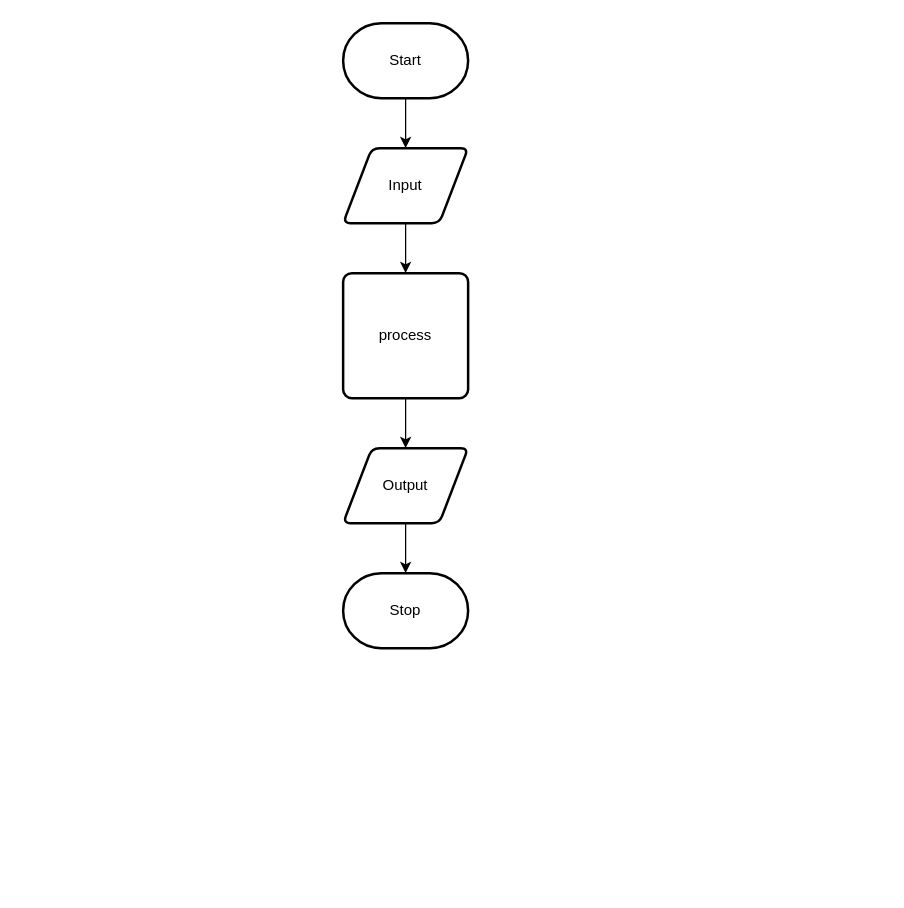
Earlier version of the draw.io diagram design/flow-chart.drawio (Justin-Lavoie16/Unit-5-06-JS). Source tidied: cells renumbered, new cells numbered last; positions are measured from the earlier drawing's top-left corner, leaving out a move shared by most shapes. Both pictures are drawn from the tidied source at 125%, with x=0, y=0 at pixel (342, 22).
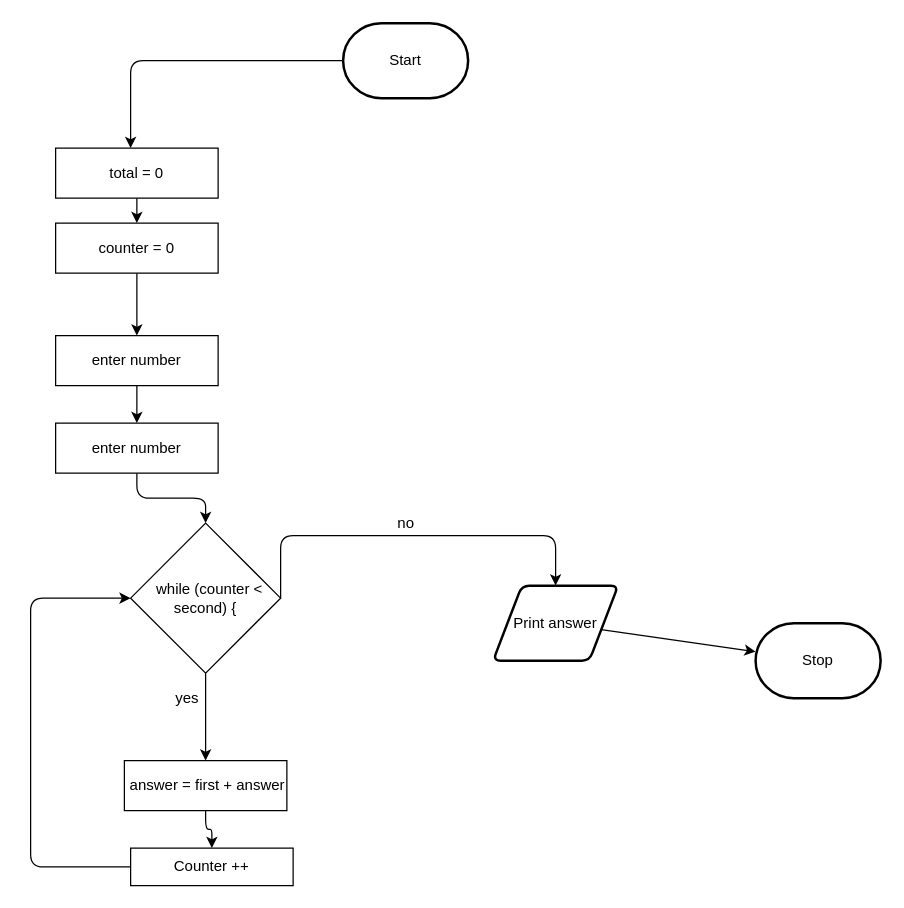
After the change.

The change refers to these unchanged cells:
```xml
<mxCell id="3" value="Start" style="strokeWidth=2;html=1;shape=mxgraph.flowchart.terminator;whiteSpace=wrap;" parent="1" vertex="1">
  <mxGeometry width="100" height="60" as="geometry" />
</mxCell>
```

The edit, as a diff of the source:
```diff
@@
-    <mxCell id="2" style="edgeStyle=none;html=1;" parent="1" edge="1" source="3" target="5">
-      <mxGeometry relative="1" as="geometry" />
-    </mxCell>
+    <mxCell id="11" style="edgeStyle=orthogonalEdgeStyle;html=1;" parent="1" edge="1" source="3">
+      <mxGeometry relative="1" as="geometry">
+        <mxPoint x="-170" y="100" as="targetPoint" />
+        <Array as="points">
+          <mxPoint x="-170" y="30" />
+        </Array>
+      </mxGeometry>
+    </mxCell>
@@
-    <mxCell id="4" style="edgeStyle=none;html=1;" parent="1" edge="1" source="5" target="7">
-      <mxGeometry relative="1" as="geometry" />
-    </mxCell>
-    <mxCell id="5" value="Input" style="shape=parallelogram;html=1;strokeWidth=2;perimeter=parallelogramPerimeter;whiteSpace=wrap;rounded=1;arcSize=12;size=0.23;" parent="1" vertex="1">
-      <mxGeometry y="100" width="100" height="60" as="geometry" />
-    </mxCell>
-    <mxCell id="6" style="edgeStyle=none;html=1;" parent="1" edge="1" source="7" target="9">
-      <mxGeometry relative="1" as="geometry" />
-    </mxCell>
-    <mxCell id="7" value="process" style="rounded=1;whiteSpace=wrap;html=1;absoluteArcSize=1;arcSize=14;strokeWidth=2;" parent="1" vertex="1">
-      <mxGeometry y="200" width="100" height="100" as="geometry" />
-    </mxCell>
@@
-    <mxCell id="9" value="Output" style="shape=parallelogram;html=1;strokeWidth=2;perimeter=parallelogramPerimeter;whiteSpace=wrap;rounded=1;arcSize=12;size=0.23;" parent="1" vertex="1">
-      <mxGeometry y="340" width="100" height="60" as="geometry" />
+    <mxCell id="9" value="Print answer" style="shape=parallelogram;html=1;strokeWidth=2;perimeter=parallelogramPerimeter;whiteSpace=wrap;rounded=1;arcSize=12;size=0.23;" parent="1" vertex="1">
+      <mxGeometry x="120" y="450" width="100" height="60" as="geometry" />
     </mxCell>
     <mxCell id="10" value="Stop" style="strokeWidth=2;html=1;shape=mxgraph.flowchart.terminator;whiteSpace=wrap;" parent="1" vertex="1">
-      <mxGeometry y="440" width="100" height="60" as="geometry" />
+      <mxGeometry x="330" y="480" width="100" height="60" as="geometry" />
     </mxCell>
+    <mxCell id="12" style="edgeStyle=orthogonalEdgeStyle;html=1;entryX=0.5;entryY=0;entryDx=0;entryDy=0;" parent="1" edge="1" source="13" target="15">
+      <mxGeometry relative="1" as="geometry" />
+    </mxCell>
+    <mxCell id="13" value="total = 0" style="whiteSpace=wrap;html=1;" parent="1" vertex="1">
+      <mxGeometry x="-230" y="100" width="130" height="40" as="geometry" />
+    </mxCell>
+    <mxCell id="14" style="edgeStyle=orthogonalEdgeStyle;html=1;" parent="1" edge="1" source="15">
+      <mxGeometry relative="1" as="geometry">
+        <mxPoint x="-165" y="250" as="targetPoint" />
+      </mxGeometry>
+    </mxCell>
+    <mxCell id="15" value="counter = 0" style="whiteSpace=wrap;html=1;" parent="1" vertex="1">
+      <mxGeometry x="-230" y="160" width="130" height="40" as="geometry" />
+    </mxCell>
+    <mxCell id="16" style="edgeStyle=orthogonalEdgeStyle;html=1;entryX=0.5;entryY=0;entryDx=0;entryDy=0;" parent="1" edge="1" source="17" target="19">
+      <mxGeometry relative="1" as="geometry" />
+    </mxCell>
+    <mxCell id="17" value="enter number" style="whiteSpace=wrap;html=1;" parent="1" vertex="1">
+      <mxGeometry x="-230" y="250" width="130" height="40" as="geometry" />
+    </mxCell>
+    <mxCell id="18" style="edgeStyle=orthogonalEdgeStyle;html=1;entryX=0.5;entryY=0;entryDx=0;entryDy=0;" parent="1" edge="1" source="19" target="22">
+      <mxGeometry relative="1" as="geometry" />
+    </mxCell>
+    <mxCell id="19" value="enter number" style="whiteSpace=wrap;html=1;" parent="1" vertex="1">
+      <mxGeometry x="-230" y="320" width="130" height="40" as="geometry" />
+    </mxCell>
+    <mxCell id="20" style="edgeStyle=orthogonalEdgeStyle;html=1;exitX=0.5;exitY=1;exitDx=0;exitDy=0;entryX=0.5;entryY=0;entryDx=0;entryDy=0;" parent="1" edge="1" source="22" target="24">
+      <mxGeometry relative="1" as="geometry" />
+    </mxCell>
+    <mxCell id="21" style="edgeStyle=orthogonalEdgeStyle;html=1;exitX=1;exitY=0.5;exitDx=0;exitDy=0;entryX=0.5;entryY=0;entryDx=0;entryDy=0;" parent="1" edge="1" source="22" target="9">
+      <mxGeometry relative="1" as="geometry">
+        <Array as="points">
+          <mxPoint x="-50" y="410" />
+          <mxPoint x="170" y="410" />
+        </Array>
+      </mxGeometry>
+    </mxCell>
+    <mxCell id="22" value="&amp;nbsp; while (counter &amp;lt; second) {" style="rhombus;whiteSpace=wrap;html=1;" parent="1" vertex="1">
+      <mxGeometry x="-170" y="400" width="120" height="120" as="geometry" />
+    </mxCell>
+    <mxCell id="23" style="edgeStyle=orthogonalEdgeStyle;html=1;entryX=0.5;entryY=0;entryDx=0;entryDy=0;" parent="1" edge="1" source="24" target="26">
+      <mxGeometry relative="1" as="geometry" />
+    </mxCell>
+    <mxCell id="24" value="&amp;nbsp;answer = first + answer" style="whiteSpace=wrap;html=1;" parent="1" vertex="1">
+      <mxGeometry x="-175" y="590" width="130" height="40" as="geometry" />
+    </mxCell>
+    <mxCell id="25" style="edgeStyle=orthogonalEdgeStyle;html=1;exitX=0;exitY=0.5;exitDx=0;exitDy=0;entryX=0;entryY=0.5;entryDx=0;entryDy=0;" parent="1" edge="1" source="26" target="22">
+      <mxGeometry relative="1" as="geometry">
+        <Array as="points">
+          <mxPoint x="-250" y="675" />
+          <mxPoint x="-250" y="460" />
+        </Array>
+      </mxGeometry>
+    </mxCell>
+    <mxCell id="26" value="Counter ++" style="whiteSpace=wrap;html=1;" parent="1" vertex="1">
+      <mxGeometry x="-170" y="660" width="130" height="30" as="geometry" />
+    </mxCell>
+    <mxCell id="27" value="no" style="text;html=1;align=center;verticalAlign=middle;fillColor=none;strokeColor=none;rounded=0;" parent="1" vertex="1">
+      <mxGeometry x="35" y="390" width="30" height="20" as="geometry" />
+    </mxCell>
+    <mxCell id="28" value="yes" style="text;html=1;align=center;verticalAlign=middle;fillColor=none;strokeColor=none;rounded=0;" parent="1" vertex="1">
+      <mxGeometry x="-140" y="530" width="30" height="20" as="geometry" />
+    </mxCell>
```
